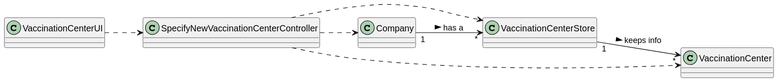
PedroMesquita1211171/VaccinationManager keeps this PlantUML diagram as docs/SprintB/US/US9/US009_CD.svg. Above is the earlier version.
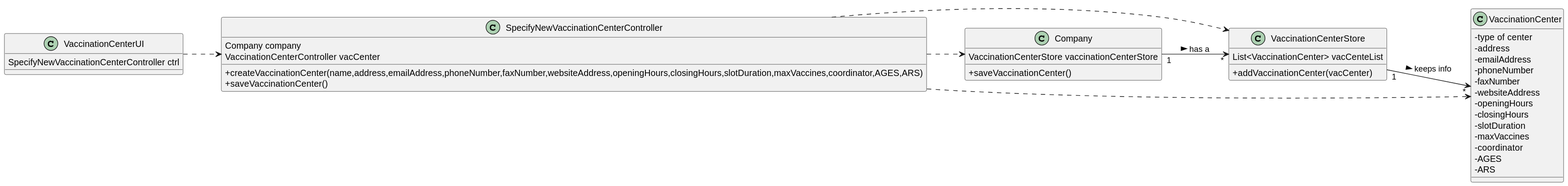
Later version of the same file.

Diff of the diagram source:
```diff
@@ -2,11 +2,38 @@
 skinparam classAttributeIconSize 0
 left to right direction
 
-class VaccinationCenterUI{}
-class SpecifyNewVaccinationCenterController{}
-class VaccinationCenterStore{}
-class Company{}
-
+class VaccinationCenterUI{
+SpecifyNewVaccinationCenterController ctrl
+}
+class SpecifyNewVaccinationCenterController{
+Company company
+ VaccinationCenterController vacCenter
+ +createVaccinationCenter(name,address,emailAddress,phoneNumber,faxNumber,websiteAddress,openingHours,closingHours,slotDuration,maxVaccines,coordinator,AGES,ARS)
+ +saveVaccinationCenter()
+ }
+class VaccinationCenterStore{
+List<VaccinationCenter> vacCenteList
++addVaccinationCenter(vacCenter)
+}
+class Company{
+VaccinationCenterStore vaccinationCenterStore
+ +saveVaccinationCenter()
+ }
+class VaccinationCenter {
+-type of center
+-address
+-emailAddress
+-phoneNumber
+-faxNumber
+-websiteAddress
+-openingHours
+-closingHours
+-slotDuration
+-maxVaccines
+-coordinator
+-AGES
+-ARS
+}
 
 
 VaccinationCenterUI ..> SpecifyNewVaccinationCenterController
```
